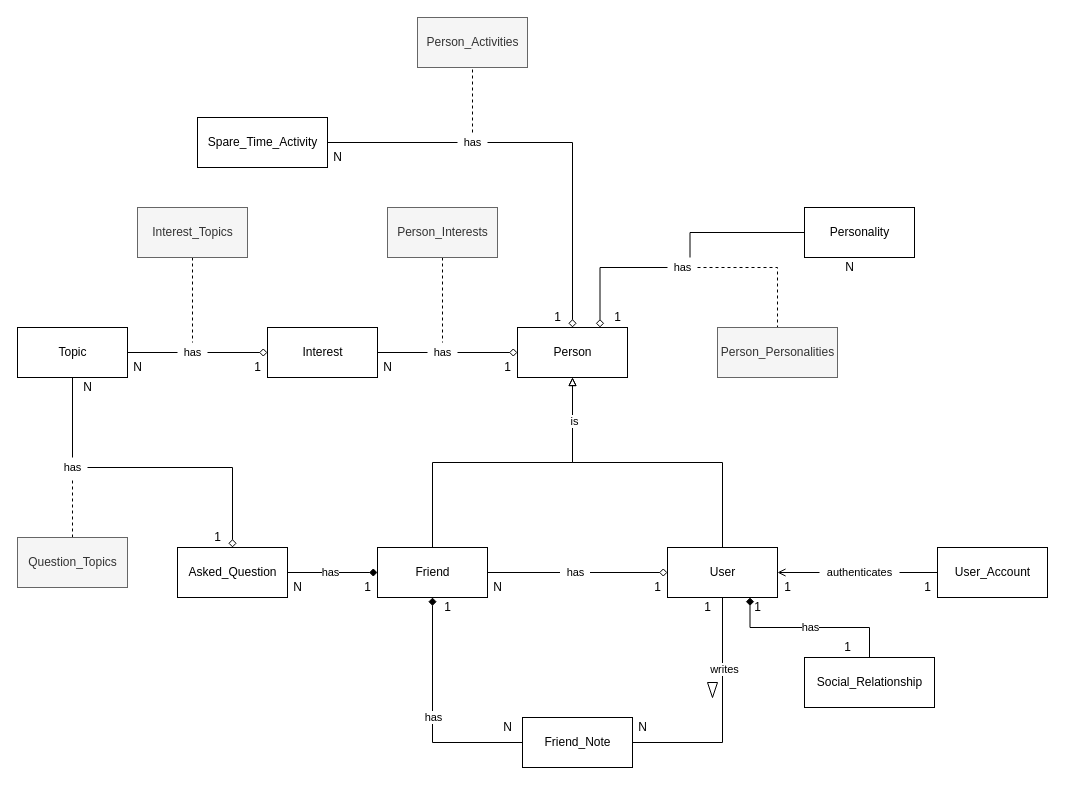
Before: Design & diagrams/Social Mind domain model.drawio in komolbek/Social-Mind, a draw.io diagram. Source tidied: cells renumbered, new cells numbered last; positions are measured from the earlier drawing's top-left corner, leaving out a move shared by most shapes. Both pictures are drawn from the tidied source at 100%, with x=0, y=0 at pixel (17, 17).
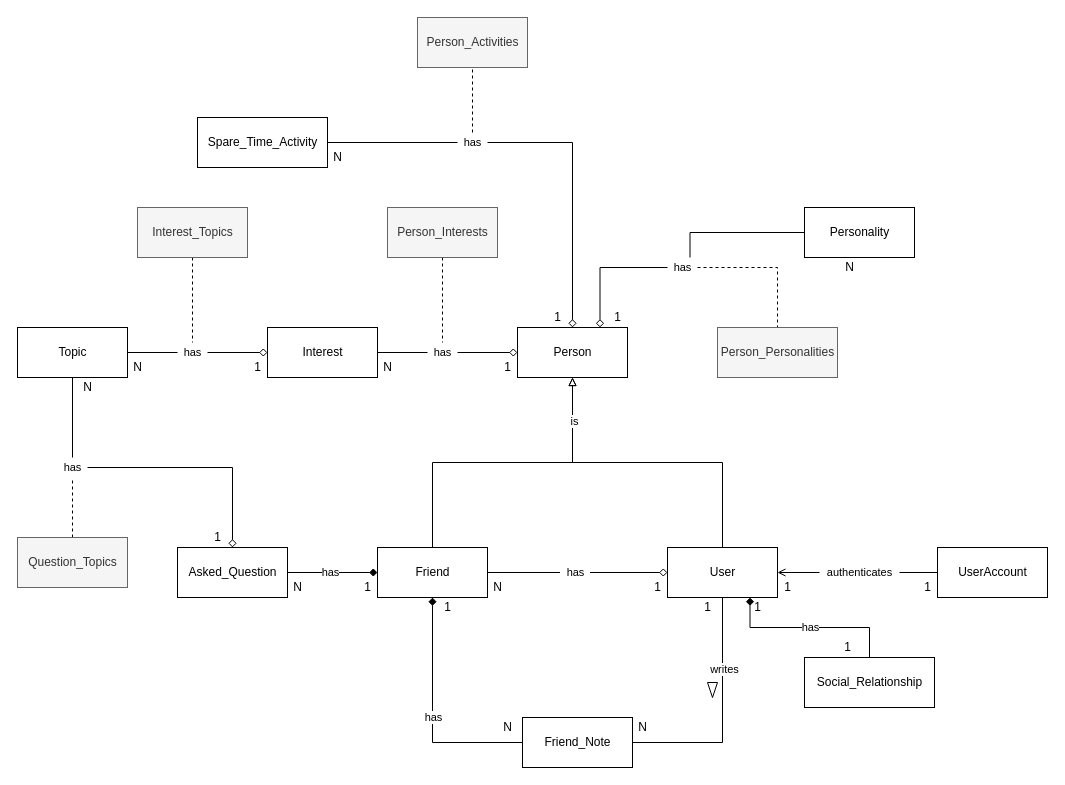
The same diagram, later.

Unchanged cells that the change refers to:
```xml
<mxCell id="53" style="group;" parent="1" vertex="1">
  <mxGeometry x="900" y="530" width="130" height="50" as="geometry" />
</mxCell>
```

Change to the diagram source:
```diff
@@
-    <mxCell id="54" value="User_Account" style="html=1;" parent="53" vertex="1">
+    <mxCell id="54" value="UserAccount" style="html=1;" parent="53" vertex="1">
       <mxGeometry x="20" width="110" height="50" as="geometry" />
     </mxCell>
```
